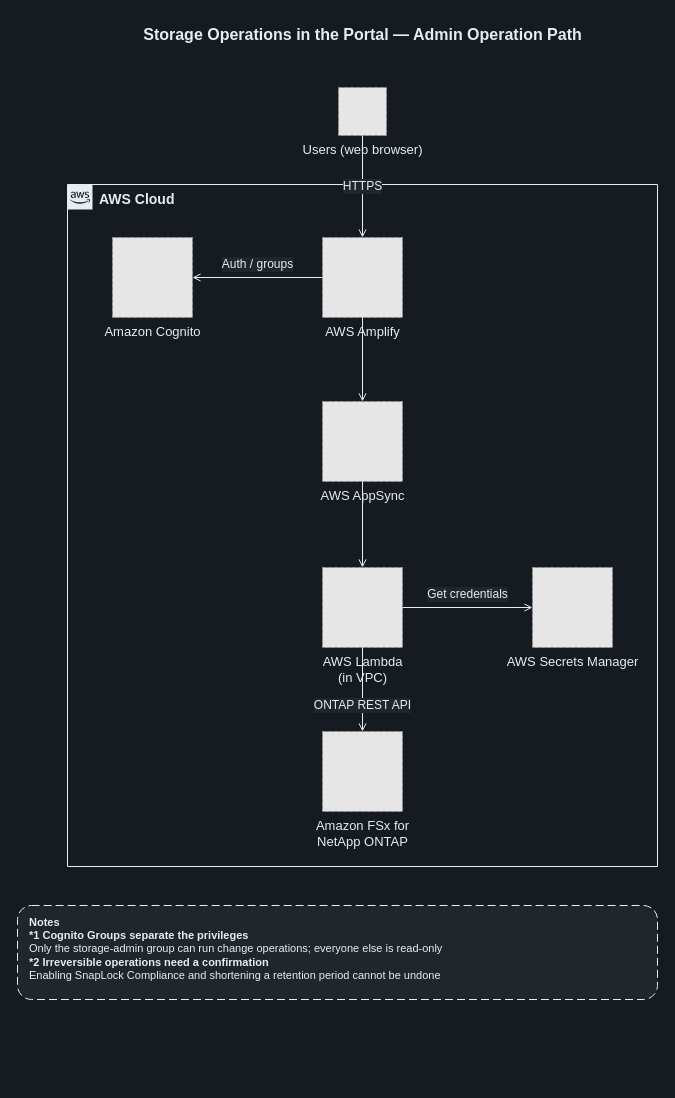
Above: docs/diagrams/dark/part2-admin-operations-en.drawio in Yoshiki0705/FSx-for-ONTAP-S3AccessPoints-Serverless-Patterns (draw.io), before the change. Source tidied: cells renumbered, new cells numbered last; positions are measured from the earlier drawing's top-left corner, leaving out a move shared by most shapes. Both pictures are drawn from the tidied source at 100%, with x=0, y=0 at pixel (17, 17). Pictures stored in the file or linked from it are replaced by grey dashed boxes.
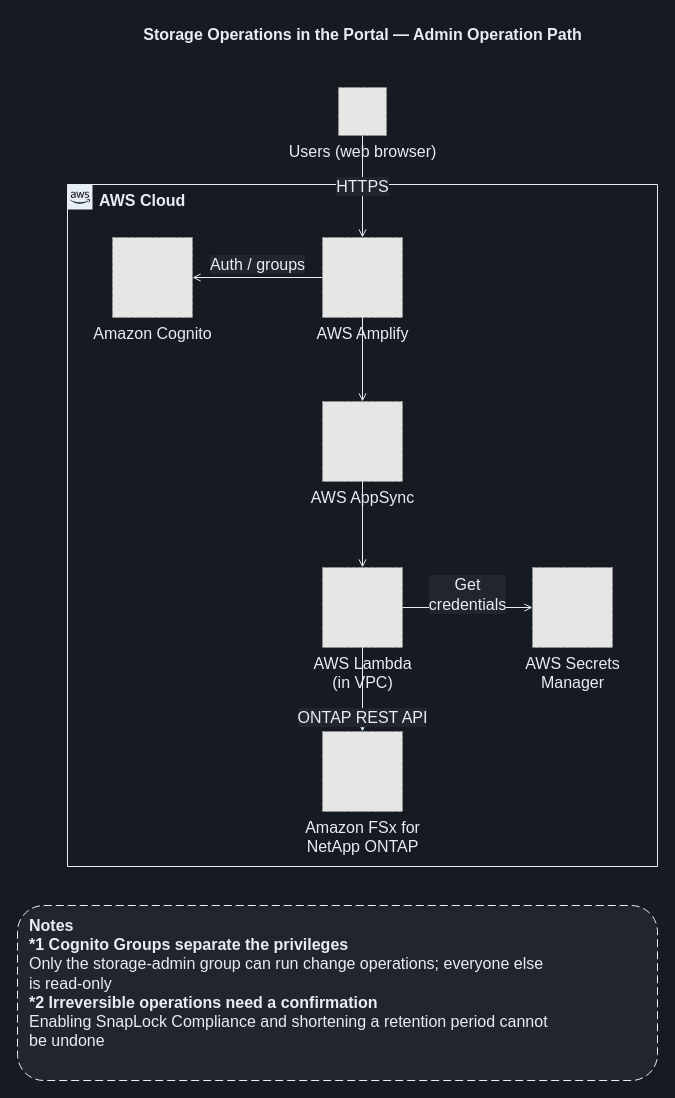
The same page after the edit.

What changed in the source:
```diff
@@
 <mxGraphModel background="#161B22">
   <root>
     <mxCell id="0" />
     <mxCell id="1" parent="0" />
     <mxCell id="2" value="Storage Operations in the Portal — Admin Operation Path" style="text;html=1;align=center;verticalAlign=middle;fontSize=16;fontStyle=1;fontColor=#E6EDF3;" parent="1" vertex="1">
       <mxGeometry x="50" width="590" height="34" as="geometry" />
     </mxCell>
-    <mxCell id="3" value="AWS Cloud" style="gradientColor=none;html=1;whiteSpace=wrap;fontSize=14;fontStyle=1;shape=mxgraph.aws4.group;grIcon=mxgraph.aws4.group_aws_cloud_alt;strokeColor=#E6EDF3;fillColor=none;verticalAlign=top;align=left;spacingLeft=30;fontColor=#E6EDF3;dashed=0;" parent="1" vertex="1">
+    <mxCell id="3" value="AWS Cloud" style="gradientColor=none;html=1;whiteSpace=wrap;fontSize=16;fontStyle=1;shape=mxgraph.aws4.group;grIcon=mxgraph.aws4.group_aws_cloud_alt;strokeColor=#E6EDF3;fillColor=none;verticalAlign=top;align=left;spacingLeft=30;fontColor=#E6EDF3;dashed=0;" parent="1" vertex="1">
       <mxGeometry x="50" y="167" width="590" height="682" as="geometry" />
     </mxCell>
-    <mxCell id="4" value="Users (web browser)" style="fillColor=#E6E6E6;strokeColor=#999999;dashed=1;html=1;verticalLabelPosition=bottom;verticalAlign=top;labelPosition=center;align=center;fontSize=13;fontColor=#E6EDF3;" parent="1" vertex="1">
+    <mxCell id="4" value="Users (web browser)" style="fillColor=#E6E6E6;strokeColor=#999999;dashed=1;html=1;verticalLabelPosition=bottom;verticalAlign=top;labelPosition=center;align=center;fontSize=16;fontColor=#E6EDF3;" parent="1" vertex="1">
       <mxGeometry x="321" y="70" width="48" height="48" as="geometry" />
     </mxCell>
-    <mxCell id="5" value="Amazon Cognito" style="fillColor=#E6E6E6;strokeColor=#999999;dashed=1;html=1;verticalLabelPosition=bottom;verticalAlign=top;labelPosition=center;align=center;fontSize=13;fontColor=#E6EDF3;" parent="1" vertex="1">
+    <mxCell id="5" value="Amazon Cognito" style="fillColor=#E6E6E6;strokeColor=#999999;dashed=1;html=1;verticalLabelPosition=bottom;verticalAlign=top;labelPosition=center;align=center;fontSize=16;fontColor=#E6EDF3;" parent="1" vertex="1">
       <mxGeometry x="95" y="220" width="80" height="80" as="geometry" />
     </mxCell>
-    <mxCell id="6" value="AWS Amplify" style="fillColor=#E6E6E6;strokeColor=#999999;dashed=1;html=1;verticalLabelPosition=bottom;verticalAlign=top;labelPosition=center;align=center;fontSize=13;fontColor=#E6EDF3;" parent="1" vertex="1">
+    <mxCell id="6" value="AWS Amplify" style="fillColor=#E6E6E6;strokeColor=#999999;dashed=1;html=1;verticalLabelPosition=bottom;verticalAlign=top;labelPosition=center;align=center;fontSize=16;fontColor=#E6EDF3;" parent="1" vertex="1">
       <mxGeometry x="305" y="220" width="80" height="80" as="geometry" />
     </mxCell>
-    <mxCell id="7" value="AWS AppSync" style="fillColor=#E6E6E6;strokeColor=#999999;dashed=1;html=1;verticalLabelPosition=bottom;verticalAlign=top;labelPosition=center;align=center;fontSize=13;fontColor=#E6EDF3;" parent="1" vertex="1">
+    <mxCell id="7" value="AWS AppSync" style="fillColor=#E6E6E6;strokeColor=#999999;dashed=1;html=1;verticalLabelPosition=bottom;verticalAlign=top;labelPosition=center;align=center;fontSize=16;fontColor=#E6EDF3;" parent="1" vertex="1">
       <mxGeometry x="305" y="384" width="80" height="80" as="geometry" />
     </mxCell>
-    <mxCell id="8" value="AWS Lambda&lt;br&gt;(in VPC)" style="fillColor=#E6E6E6;strokeColor=#999999;dashed=1;html=1;verticalLabelPosition=bottom;verticalAlign=top;labelPosition=center;align=center;fontSize=13;fontColor=#E6EDF3;" parent="1" vertex="1">
+    <mxCell id="8" value="AWS Lambda&lt;br&gt;(in VPC)" style="fillColor=#E6E6E6;strokeColor=#999999;dashed=1;html=1;verticalLabelPosition=bottom;verticalAlign=top;labelPosition=center;align=center;fontSize=16;fontColor=#E6EDF3;" parent="1" vertex="1">
       <mxGeometry x="305" y="550" width="80" height="80" as="geometry" />
     </mxCell>
-    <mxCell id="9" value="AWS Secrets Manager" style="fillColor=#E6E6E6;strokeColor=#999999;dashed=1;html=1;verticalLabelPosition=bottom;verticalAlign=top;labelPosition=center;align=center;fontSize=13;fontColor=#E6EDF3;" parent="1" vertex="1">
+    <mxCell id="9" value="AWS Secrets&lt;br&gt;Manager" style="fillColor=#E6E6E6;strokeColor=#999999;dashed=1;html=1;verticalLabelPosition=bottom;verticalAlign=top;labelPosition=center;align=center;fontSize=16;fontColor=#E6EDF3;" parent="1" vertex="1">
       <mxGeometry x="515" y="550" width="80" height="80" as="geometry" />
     </mxCell>
-    <mxCell id="10" value="Amazon FSx for&lt;br&gt;NetApp ONTAP" style="fillColor=#E6E6E6;strokeColor=#999999;dashed=1;html=1;verticalLabelPosition=bottom;verticalAlign=top;labelPosition=center;align=center;fontSize=13;fontColor=#E6EDF3;" parent="1" vertex="1">
+    <mxCell id="10" value="Amazon FSx for&lt;br&gt;NetApp ONTAP" style="fillColor=#E6E6E6;strokeColor=#999999;dashed=1;html=1;verticalLabelPosition=bottom;verticalAlign=top;labelPosition=center;align=center;fontSize=16;fontColor=#E6EDF3;" parent="1" vertex="1">
       <mxGeometry x="305" y="714" width="80" height="80" as="geometry" />
     </mxCell>
-    <mxCell id="11" value="HTTPS" style="edgeStyle=orthogonalEdgeStyle;rounded=0;jettySize=auto;html=1;endArrow=open;endFill=0;strokeColor=#E6EDF3;strokeWidth=1;fontSize=12;fontColor=#E6EDF3;labelBackgroundColor=#21262D;" parent="1" edge="1" source="4" target="6">
+    <mxCell id="11" value="HTTPS" style="edgeStyle=orthogonalEdgeStyle;rounded=0;jettySize=auto;html=1;endArrow=open;endFill=0;strokeColor=#E6EDF3;strokeWidth=1;fontSize=16;fontColor=#E6EDF3;labelBackgroundColor=#21262D;" parent="1" edge="1" source="4" target="6">
       <mxGeometry relative="1" as="geometry" />
     </mxCell>
-    <mxCell id="12" value="Auth / groups" style="edgeStyle=orthogonalEdgeStyle;rounded=0;jettySize=auto;html=1;endArrow=open;endFill=0;strokeColor=#E6EDF3;strokeWidth=1;fontSize=12;fontColor=#E6EDF3;labelBackgroundColor=#21262D;" parent="1" edge="1" source="6" target="5">
+    <mxCell id="12" value="Auth / groups" style="edgeStyle=orthogonalEdgeStyle;rounded=0;jettySize=auto;html=1;endArrow=open;endFill=0;strokeColor=#E6EDF3;strokeWidth=1;fontSize=16;fontColor=#E6EDF3;labelBackgroundColor=#21262D;" parent="1" edge="1" source="6" target="5">
       <mxGeometry relative="1" as="geometry">
         <mxPoint y="-13" as="offset" />
       </mxGeometry>
     </mxCell>
-    <mxCell id="13" style="edgeStyle=orthogonalEdgeStyle;rounded=0;jettySize=auto;html=1;endArrow=open;endFill=0;strokeColor=#E6EDF3;strokeWidth=1;fontSize=12;fontColor=#E6EDF3;labelBackgroundColor=#21262D;" parent="1" edge="1" source="6" target="7">
+    <mxCell id="13" style="edgeStyle=orthogonalEdgeStyle;rounded=0;jettySize=auto;html=1;endArrow=open;endFill=0;strokeColor=#E6EDF3;strokeWidth=1;fontSize=16;fontColor=#E6EDF3;labelBackgroundColor=#21262D;" parent="1" edge="1" source="6" target="7">
       <mxGeometry relative="1" as="geometry" />
     </mxCell>
-    <mxCell id="14" style="edgeStyle=orthogonalEdgeStyle;rounded=0;jettySize=auto;html=1;endArrow=open;endFill=0;strokeColor=#E6EDF3;strokeWidth=1;fontSize=12;fontColor=#E6EDF3;labelBackgroundColor=#21262D;" parent="1" edge="1" source="7" target="8">
+    <mxCell id="14" style="edgeStyle=orthogonalEdgeStyle;rounded=0;jettySize=auto;html=1;endArrow=open;endFill=0;strokeColor=#E6EDF3;strokeWidth=1;fontSize=16;fontColor=#E6EDF3;labelBackgroundColor=#21262D;" parent="1" edge="1" source="7" target="8">
       <mxGeometry relative="1" as="geometry" />
     </mxCell>
-    <mxCell id="15" value="Get credentials" style="edgeStyle=orthogonalEdgeStyle;rounded=0;jettySize=auto;html=1;endArrow=open;endFill=0;strokeColor=#E6EDF3;strokeWidth=1;fontSize=12;fontColor=#E6EDF3;labelBackgroundColor=#21262D;" parent="1" edge="1" source="8" target="9">
+    <mxCell id="15" value="Get&lt;br&gt;credentials" style="edgeStyle=orthogonalEdgeStyle;rounded=0;jettySize=auto;html=1;endArrow=open;endFill=0;strokeColor=#E6EDF3;strokeWidth=1;fontSize=16;fontColor=#E6EDF3;labelBackgroundColor=#21262D;" parent="1" edge="1" source="8" target="9">
       <mxGeometry relative="1" as="geometry">
         <mxPoint y="-13" as="offset" />
       </mxGeometry>
     </mxCell>
-    <mxCell id="16" value="ONTAP REST API" style="edgeStyle=orthogonalEdgeStyle;rounded=0;jettySize=auto;html=1;endArrow=open;endFill=0;strokeColor=#E6EDF3;strokeWidth=1;fontSize=12;fontColor=#E6EDF3;labelBackgroundColor=#21262D;" parent="1" edge="1" source="8" target="10">
+    <mxCell id="16" value="ONTAP REST API" style="edgeStyle=orthogonalEdgeStyle;rounded=0;jettySize=auto;html=1;endArrow=open;endFill=0;strokeColor=#E6EDF3;strokeWidth=1;fontSize=16;fontColor=#E6EDF3;labelBackgroundColor=#21262D;" parent="1" edge="1" source="8" target="10">
       <mxGeometry relative="1" as="geometry">
-        <mxPoint y="16" as="offset" />
+        <mxPoint y="28" as="offset" />
       </mxGeometry>
     </mxCell>
-    <mxCell id="17" value="&lt;b&gt;Notes&lt;/b&gt;&lt;br&gt;&lt;b&gt;*1 Cognito Groups separate the privileges&lt;/b&gt;&lt;br&gt;Only the storage-admin group can run change operations; everyone else is read-only&lt;br&gt;&lt;b&gt;*2 Irreversible operations need a confirmation&lt;/b&gt;&lt;br&gt;Enabling SnapLock Compliance and shortening a retention period cannot be undone" style="rounded=1;whiteSpace=wrap;html=1;dashed=1;dashPattern=8 4;strokeColor=#E6EDF3;fillColor=#21262D;align=left;verticalAlign=top;spacingLeft=10;spacingTop=4;fontSize=11;fontColor=#E6EDF3;" parent="1" vertex="1">
-      <mxGeometry y="888" width="640" height="94" as="geometry" />
+    <mxCell id="17" value="&lt;b&gt;Notes&lt;/b&gt;&lt;br&gt;&lt;b&gt;*1 Cognito Groups separate the privileges&lt;/b&gt;&lt;br&gt;Only the storage-admin group can run change operations; everyone else&lt;br&gt;is read-only&lt;br&gt;&lt;b&gt;*2 Irreversible operations need a confirmation&lt;/b&gt;&lt;br&gt;Enabling SnapLock Compliance and shortening a retention period cannot&lt;br&gt;be undone" style="rounded=1;whiteSpace=wrap;html=1;dashed=1;dashPattern=8 4;strokeColor=#E6EDF3;fillColor=#21262D;align=left;verticalAlign=top;spacingLeft=10;spacingTop=4;fontSize=16;fontColor=#E6EDF3;" parent="1" vertex="1">
+      <mxGeometry y="888" width="640" height="175" as="geometry" />
     </mxCell>
   </root>
 </mxGraphModel>
```
